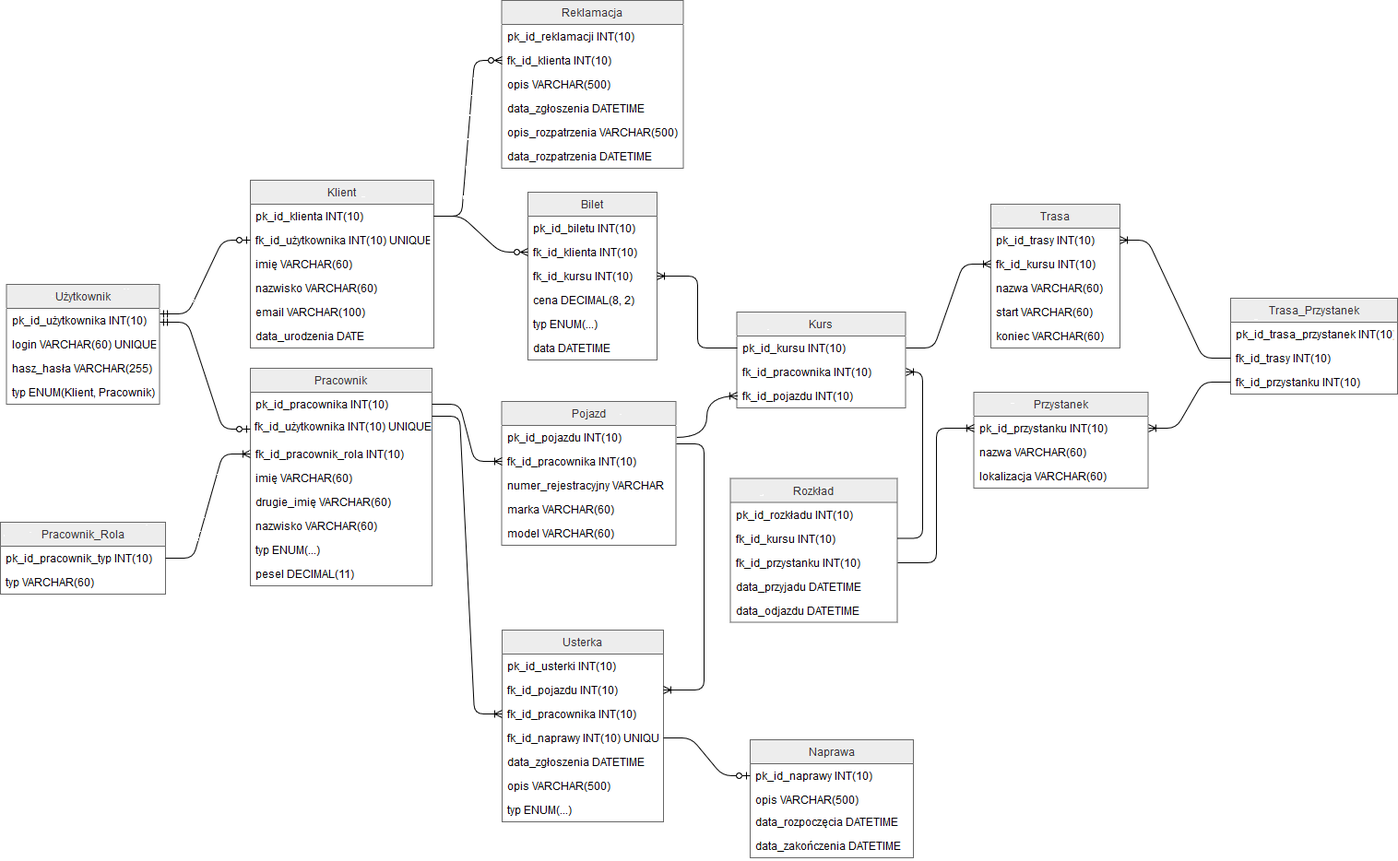
Above: Iteracja 4/diagramLogiczny.png in BartoszSolka/ZMIO---Zaawansowane-metody-in-ynierii-oprogramowania (draw.io), before the change. Source tidied: cells renumbered, new cells last; positions are measured from the earlier drawing's top-left corner, leaving out a move shared by most shapes.
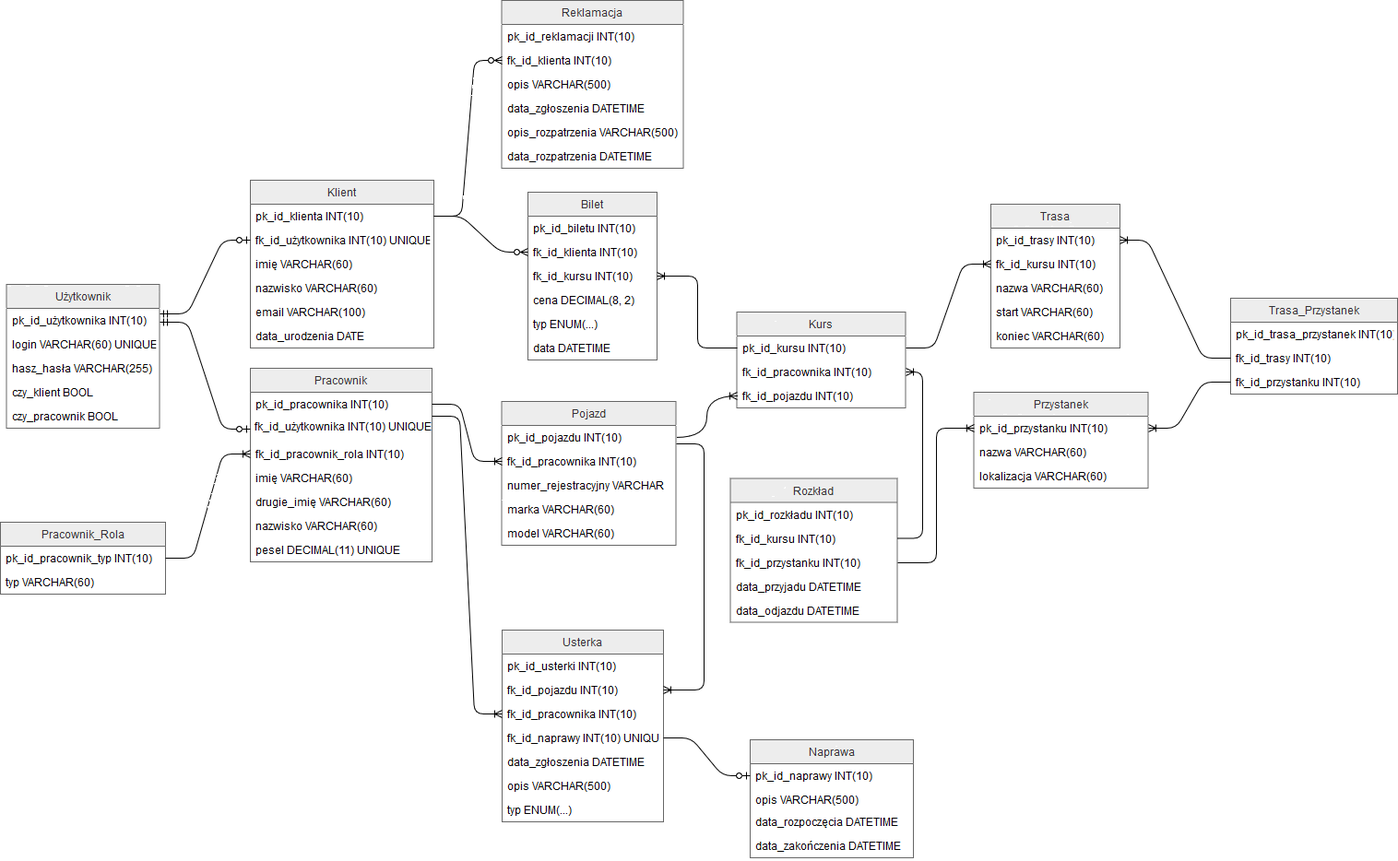
The same file after the commit.

Change to the diagram source:
```diff
@@ -24,7 +24,7 @@
       <mxGeometry y="156" width="140" height="26" as="geometry" />
     </mxCell>
     <mxCell id="9" value="Pracownik" style="swimlane;fontStyle=0;horizontal=1;startSize=26;fillColor=#EDEDED;labelBackgroundColor=none;strokeColor=#666666;fontColor=#333333;" parent="1" vertex="1">
-      <mxGeometry x="271" y="399" width="197" height="236" as="geometry" />
+      <mxGeometry x="271" y="399" width="197" height="210" as="geometry" />
     </mxCell>
     <mxCell id="10" value="pk_id_pracownika INT(10)" style="text;strokeColor=none;fillColor=none;align=left;verticalAlign=top;spacingLeft=4;spacingRight=4;overflow=hidden;points=[[0,0.5],[1,0.5]];portConstraint=eastwest;" parent="9" vertex="1">
       <mxGeometry y="26" width="197" height="26" as="geometry" />
@@ -44,11 +44,8 @@
     <mxCell id="15" value="nazwisko VARCHAR(60)" style="text;strokeColor=none;fillColor=none;align=left;verticalAlign=top;spacingLeft=4;spacingRight=4;overflow=hidden;" parent="9" vertex="1">
       <mxGeometry y="158" width="197" height="26" as="geometry" />
     </mxCell>
-    <mxCell id="16" value="typ ENUM(...)" style="text;strokeColor=none;fillColor=none;align=left;verticalAlign=top;spacingLeft=4;spacingRight=4;overflow=hidden;" parent="9" vertex="1">
-      <mxGeometry y="184" width="197" height="26" as="geometry" />
-    </mxCell>
-    <mxCell id="17" value="pesel DECIMAL(11)" style="text;strokeColor=none;fillColor=none;align=left;verticalAlign=top;spacingLeft=4;spacingRight=4;overflow=hidden;" parent="9" vertex="1">
-      <mxGeometry y="210" width="197" height="26" as="geometry" />
+    <mxCell id="17" value="pesel DECIMAL(11) UNIQUE" style="text;strokeColor=none;fillColor=none;align=left;verticalAlign=top;spacingLeft=4;spacingRight=4;overflow=hidden;" parent="9" vertex="1">
+      <mxGeometry y="184" width="197" height="26" as="geometry" />
     </mxCell>
     <mxCell id="18" value="Usterka" style="swimlane;fontStyle=0;horizontal=1;startSize=26;fillColor=#EDEDED;labelBackgroundColor=none;strokeColor=#666666;fontColor=#333333;" parent="1" vertex="1">
       <mxGeometry x="544" y="683" width="175" height="208" as="geometry" />
@@ -180,7 +177,7 @@
       <mxGeometry y="130" width="181" height="26" as="geometry" />
     </mxCell>
     <mxCell id="61" value="Użytkownik" style="swimlane;fontStyle=0;horizontal=1;startSize=26;fillColor=#EDEDED;labelBackgroundColor=none;strokeColor=#666666;fontColor=#333333;" parent="1" vertex="1">
-      <mxGeometry x="6.5" y="308" width="166" height="130" as="geometry" />
+      <mxGeometry x="6.5" y="308" width="166" height="156" as="geometry" />
     </mxCell>
     <mxCell id="62" value="pk_id_użytkownika INT(10)" style="text;strokeColor=none;fillColor=none;align=left;verticalAlign=top;spacingLeft=4;spacingRight=4;overflow=hidden;" parent="61" vertex="1">
       <mxGeometry y="26" width="166" height="26" as="geometry" />
@@ -191,8 +188,11 @@
     <mxCell id="64" value="hasz_hasła VARCHAR(255)" style="text;strokeColor=none;fillColor=none;align=left;verticalAlign=top;spacingLeft=4;spacingRight=4;overflow=hidden;" parent="61" vertex="1">
       <mxGeometry y="78" width="166" height="26" as="geometry" />
     </mxCell>
+    <mxCell id="99" value="czy_klient BOOL" style="text;strokeColor=none;fillColor=none;align=left;verticalAlign=top;spacingLeft=4;spacingRight=4;overflow=hidden;" parent="61" vertex="1">
+      <mxGeometry y="104" width="166" height="26" as="geometry" />
+    </mxCell>
-    <mxCell id="65" value="typ ENUM(Klient, Pracownik)" style="text;strokeColor=none;fillColor=none;align=left;verticalAlign=top;spacingLeft=4;spacingRight=4;overflow=hidden;" parent="61" vertex="1">
-      <mxGeometry y="104" width="166" height="26" as="geometry" />
+    <mxCell id="65" value="czy_pracownik BOOL" style="text;strokeColor=none;fillColor=none;align=left;verticalAlign=top;spacingLeft=4;spacingRight=4;overflow=hidden;" parent="61" vertex="1">
+      <mxGeometry y="130" width="166" height="26" as="geometry" />
     </mxCell>
     <mxCell id="66" value="Pracownik_Rola" style="swimlane;fontStyle=0;horizontal=1;startSize=26;fillColor=#EDEDED;labelBackgroundColor=none;strokeColor=#666666;fontColor=#333333;" parent="1" vertex="1">
       <mxGeometry y="566" width="179" height="78" as="geometry" />
```
